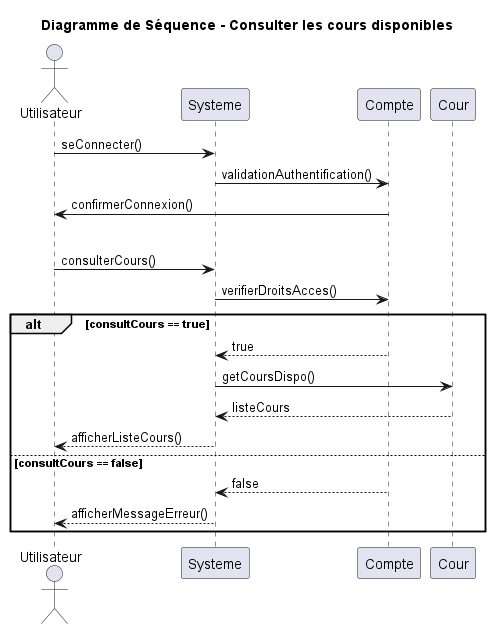
Earlier version of the PlantUML export UML/Diagramme_sequence_consulter_cours.png (Egario54/ProjetClubNautique).
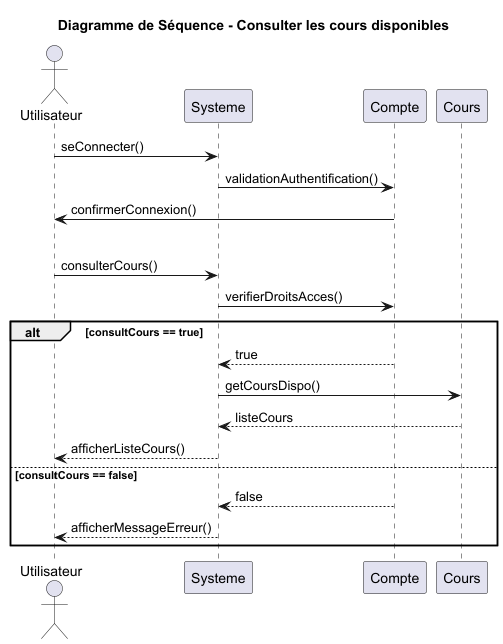
After the commit.

The edit, as a diff of the source:
```diff
@@ -3,7 +3,7 @@
 actor Utilisateur
 participant Systeme
 participant Compte
-participant Cour
+participant Cours
 
 Utilisateur -> Systeme: seConnecter()
 Systeme -> Compte: validationAuthentification()
@@ -15,8 +15,8 @@
 Systeme -> Compte : verifierDroitsAcces()
 alt consultCours == true
     Compte --> Systeme : true
-    Systeme -> Cour : getCoursDispo()
-    Cour --> Systeme : listeCours
+    Systeme -> Cours : getCoursDispo()
+    Cours --> Systeme : listeCours
     Systeme --> Utilisateur : afficherListeCours()
 else consultCours == false
     Compte --> Systeme : false
```
